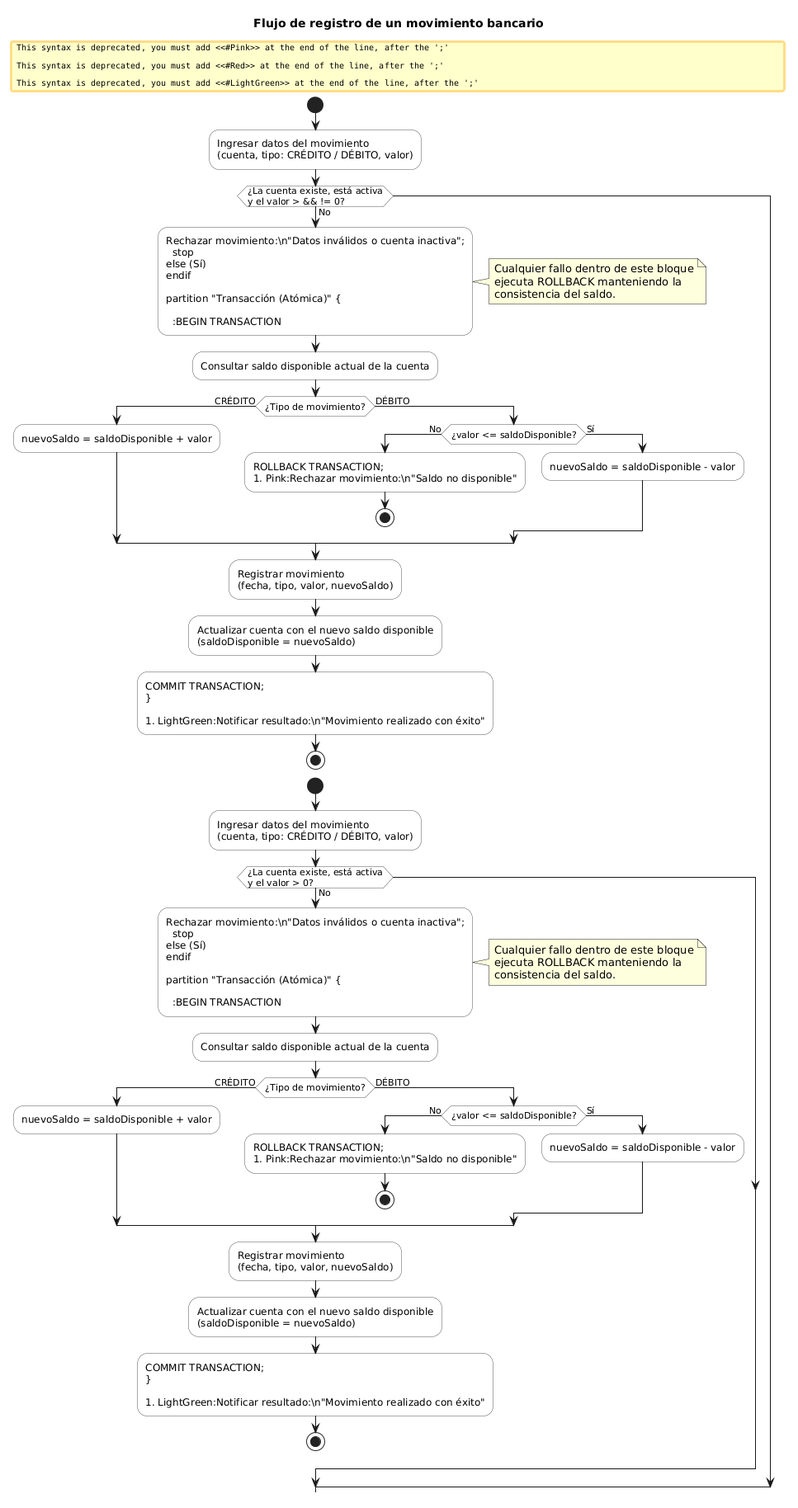
Earlier version of the PlantUML export accountms/account-service/docs/movement_flow.png (andresmagicdev009/bankaccount-microservices).
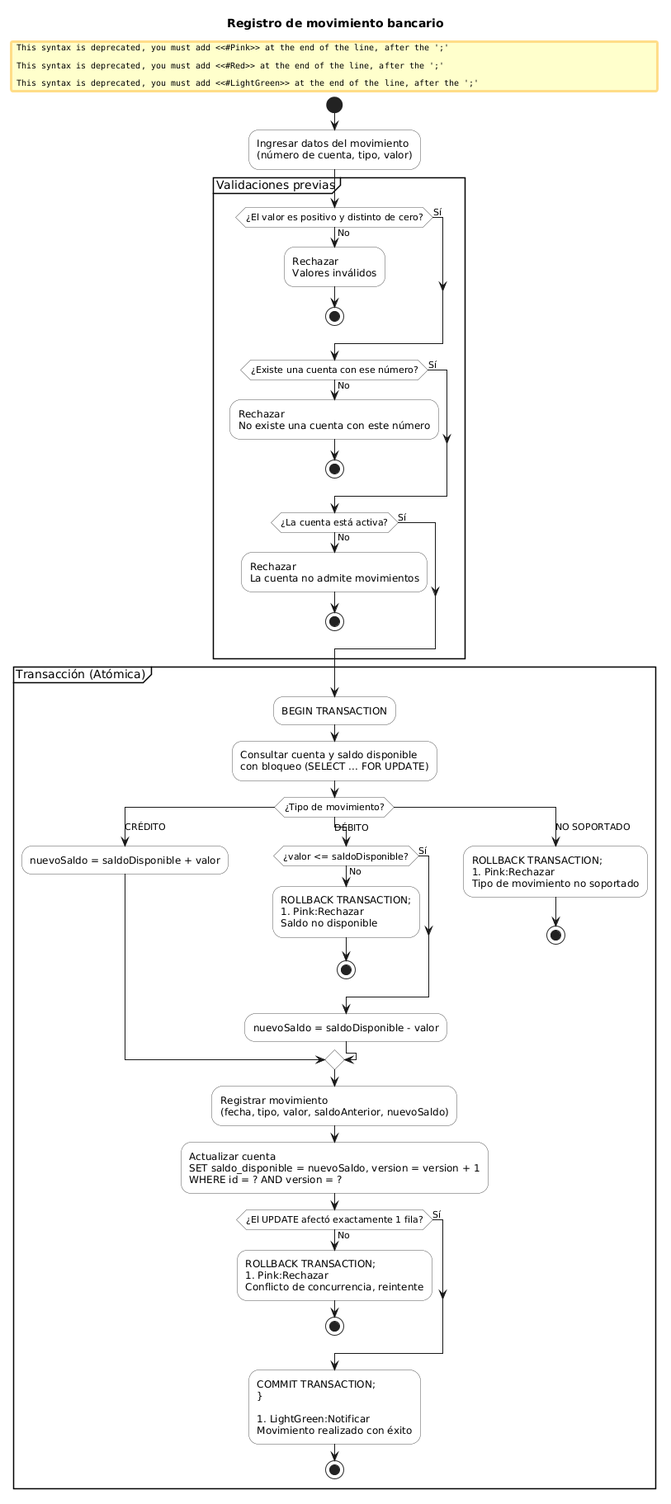
Later version of the same file.

Diff of the diagram source:
```diff
@@ -1,5 +1,5 @@
 @startuml
-title Flujo de registro de un movimiento bancario
+title Registro de movimiento bancario
 
 skinparam ConditionEndStyle hline
 skinparam ActivityBackgroundColor #FEFEFE
@@ -7,93 +7,83 @@
 
 start
 
-:Ingresar datos del movimiento\n(cuenta, tipo: CRÉDITO / DÉBITO, valor);
+:Ingresar datos del movimiento
+(número de cuenta, tipo, valor);
 
-if (¿La cuenta existe, está activa\ny el valor > && != 0?) then (No)
-  #Pink:Rechazar movimiento:\n"Datos inválidos o cuenta inactiva";
-  stop
-else (Sí)
-endif
+partition "Validaciones previas" {
+
+  if (¿El valor es positivo y distinto de cero?) then (No)
+    #Pink:Rechazar
+    Valores inválidos;
+    stop
+  else (Sí)
+  endif
+
+  if (¿Existe una cuenta con ese número?) then (No)
+    #Pink:Rechazar
+    No existe una cuenta con este número;
+    stop
+  else (Sí)
+  endif
+
+  if (¿La cuenta está activa?) then (No)
+    #Pink:Rechazar
+    La cuenta no admite movimientos;
+    stop
+  else (Sí)
+  endif
+}
 
 partition "Transacción (Atómica)" {
 
   :BEGIN TRANSACTION;
-  note right
-    Cualquier fallo dentro de este bloque
-    ejecuta ROLLBACK manteniendo la
-    consistencia del saldo.
-  end note
 
-  :Consultar saldo disponible actual de la cuenta;
+  :Consultar cuenta y saldo disponible
+  con bloqueo (SELECT ... FOR UPDATE);
 
-  if (¿Tipo de movimiento?) then (CRÉDITO)
+  switch (¿Tipo de movimiento?)
+
+  case (CRÉDITO)
     :nuevoSaldo = saldoDisponible + valor;
-  else (DÉBITO)
+
+  case (DÉBITO)
     if (¿valor <= saldoDisponible?) then (No)
       #Red:ROLLBACK TRANSACTION;
-      #Pink:Rechazar movimiento:\n"Saldo no disponible";
+      #Pink:Rechazar
+      Saldo no disponible;
       stop
     else (Sí)
-      :nuevoSaldo = saldoDisponible - valor;
     endif
+    :nuevoSaldo = saldoDisponible - valor;
+
+  case (NO SOPORTADO)
+    #Red:ROLLBACK TRANSACTION;
+    #Pink:Rechazar
+    Tipo de movimiento no soportado;
+    stop
+
+  endswitch
+
+  :Registrar movimiento
+  (fecha, tipo, valor, saldoAnterior, nuevoSaldo);
+
+  :Actualizar cuenta
+  SET saldo_disponible = nuevoSaldo, version = version + 1
+  WHERE id = ? AND version = ?;
+
+  if (¿El UPDATE afectó exactamente 1 fila?) then (No)
+    #Red:ROLLBACK TRANSACTION;
+    #Pink:Rechazar
+    Conflicto de concurrencia, reintente;
+    stop
+  else (Sí)
   endif
-
-  :Registrar movimiento\n(fecha, tipo, valor, nuevoSaldo);
-  :Actualizar cuenta con el nuevo saldo disponible\n(saldoDisponible = nuevoSaldo);
 
   #LightGreen:COMMIT TRANSACTION;
 }
 
-#LightGreen:Notificar resultado:\n"Movimiento realizado con éxito";
-
-stop
-
-title Flujo de registro de un movimiento bancario
-
-skinparam ConditionEndStyle hline
-skinparam ActivityBackgroundColor #FEFEFE
-skinparam ActivityBorderColor #555555
-
-start
-
-:Ingresar datos del movimiento\n(cuenta, tipo: CRÉDITO / DÉBITO, valor);
-
-if (¿La cuenta existe, está activa\ny el valor > 0?) then (No)
-  #Pink:Rechazar movimiento:\n"Datos inválidos o cuenta inactiva";
-  stop
-else (Sí)
-endif
-
-partition "Transacción (Atómica)" {
-
-  :BEGIN TRANSACTION;
-  note right
-    Cualquier fallo dentro de este bloque
-    ejecuta ROLLBACK manteniendo la
-    consistencia del saldo.
-  end note
-
-  :Consultar saldo disponible actual de la cuenta;
-
-  if (¿Tipo de movimiento?) then (CRÉDITO)
-    :nuevoSaldo = saldoDisponible + valor;
-  else (DÉBITO)
-    if (¿valor <= saldoDisponible?) then (No)
-      #Red:ROLLBACK TRANSACTION;
-      #Pink:Rechazar movimiento:\n"Saldo no disponible";
-      stop
-    else (Sí)
-      :nuevoSaldo = saldoDisponible - valor;
-    endif
-  endif
-
-  :Registrar movimiento\n(fecha, tipo, valor, nuevoSaldo);
-  :Actualizar cuenta con el nuevo saldo disponible\n(saldoDisponible = nuevoSaldo);
-
-  #LightGreen:COMMIT TRANSACTION;
-}
-
-#LightGreen:Notificar resultado:\n"Movimiento realizado con éxito";
+#LightGreen:Notificar
+Movimiento realizado con éxito;
 
 stop
 @enduml
```
